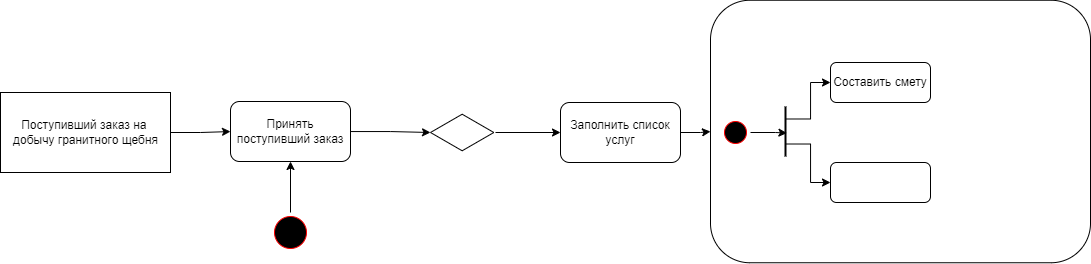
Above: Widow_Deiatelnosti.drawio.png in Awftf/UML (draw.io), before the change. Source tidied: cells renumbered, new cells last; positions are measured from the earlier drawing's top-left corner, leaving out a move shared by most shapes. The source it was exported from:
```xml
<mxGraphModel>
  <root>
    <mxCell id="0" />
    <mxCell id="1" parent="0" />
    <mxCell id="2" style="edgeStyle=orthogonalEdgeStyle;rounded=0;jettySize=auto;html=1;" parent="1" edge="1" source="3" target="7">
      <mxGeometry relative="1" as="geometry" />
    </mxCell>
    <mxCell id="3" style="ellipse;html=1;shape=startState;fillColor=#000000;strokeColor=#ff0000;" parent="1" vertex="1">
      <mxGeometry x="270" y="212" width="40" height="40" as="geometry" />
    </mxCell>
    <mxCell id="4" style="edgeStyle=orthogonalEdgeStyle;rounded=0;jettySize=auto;html=1;" parent="1" edge="1" source="5" target="7">
      <mxGeometry relative="1" as="geometry" />
    </mxCell>
    <mxCell id="5" value="Поступивший заказ на &lt;br&gt;добычу гранитного щебня" style="html=1;" parent="1" vertex="1">
      <mxGeometry y="92" width="170" height="80" as="geometry" />
    </mxCell>
    <mxCell id="6" style="edgeStyle=orthogonalEdgeStyle;rounded=0;jettySize=auto;html=1;" parent="1" edge="1" source="7">
      <mxGeometry relative="1" as="geometry">
        <mxPoint x="430" y="132" as="targetPoint" />
      </mxGeometry>
    </mxCell>
    <mxCell id="7" value="Принять поступивший заказ" style="rounded=1;whiteSpace=wrap;html=1;" parent="1" vertex="1">
      <mxGeometry x="230" y="101" width="120" height="60" as="geometry" />
    </mxCell>
    <mxCell id="8" style="edgeStyle=orthogonalEdgeStyle;rounded=0;jettySize=auto;html=1;" parent="1" edge="1" target="10">
      <mxGeometry relative="1" as="geometry">
        <mxPoint x="495" y="132" as="sourcePoint" />
      </mxGeometry>
    </mxCell>
    <mxCell id="9" style="edgeStyle=orthogonalEdgeStyle;rounded=0;jettySize=auto;html=1;" parent="1" edge="1" source="10" target="11">
      <mxGeometry relative="1" as="geometry" />
    </mxCell>
    <mxCell id="10" value="Заполнить список услуг" style="whiteSpace=wrap;html=1;rounded=1;" parent="1" vertex="1">
      <mxGeometry x="560" y="102" width="120" height="60" as="geometry" />
    </mxCell>
    <mxCell id="11" style="rounded=1;whiteSpace=wrap;html=1;" parent="1" vertex="1">
      <mxGeometry x="710" y="-0.2" width="380" height="262.5" as="geometry" />
    </mxCell>
    <mxCell id="12" style="edgeStyle=orthogonalEdgeStyle;rounded=0;jettySize=auto;html=1;exitX=1;exitY=0.5;exitDx=0;exitDy=0;entryX=0.531;entryY=0.357;entryDx=0;entryDy=0;entryPerimeter=0;" parent="1" edge="1" source="13" target="17">
      <mxGeometry relative="1" as="geometry">
        <Array as="points">
          <mxPoint x="775" y="132" />
        </Array>
      </mxGeometry>
    </mxCell>
    <mxCell id="13" style="ellipse;html=1;shape=startState;fillColor=#000000;strokeColor=#ff0000;" parent="1" vertex="1">
      <mxGeometry x="720" y="117" width="30" height="30" as="geometry" />
    </mxCell>
    <mxCell id="14" style="html=1;whiteSpace=wrap;shape=isoRectangle;" parent="1" vertex="1">
      <mxGeometry x="430" y="113" width="63.3" height="38" as="geometry" />
    </mxCell>
    <mxCell id="15" style="edgeStyle=orthogonalEdgeStyle;rounded=0;jettySize=auto;html=1;exitX=0.25;exitY=0.5;exitDx=0;exitDy=0;exitPerimeter=0;entryX=0;entryY=0.5;entryDx=0;entryDy=0;" parent="1" edge="1" source="17" target="18">
      <mxGeometry relative="1" as="geometry" />
    </mxCell>
    <mxCell id="16" style="edgeStyle=orthogonalEdgeStyle;rounded=0;jettySize=auto;html=1;exitX=0.75;exitY=0.5;exitDx=0;exitDy=0;exitPerimeter=0;entryX=0;entryY=0.5;entryDx=0;entryDy=0;" parent="1" edge="1" source="17" target="19">
      <mxGeometry relative="1" as="geometry" />
    </mxCell>
    <mxCell id="17" style="line;strokeWidth=2;direction=south;html=1;" parent="1" vertex="1">
      <mxGeometry x="780" y="106" width="10" height="50" as="geometry" />
    </mxCell>
    <mxCell id="18" value="Составить смету" style="rounded=1;whiteSpace=wrap;html=1;" parent="1" vertex="1">
      <mxGeometry x="830" y="62" width="100" height="40" as="geometry" />
    </mxCell>
    <mxCell id="19" style="rounded=1;whiteSpace=wrap;html=1;" parent="1" vertex="1">
      <mxGeometry x="830" y="162" width="100" height="40" as="geometry" />
    </mxCell>
  </root>
</mxGraphModel>
```
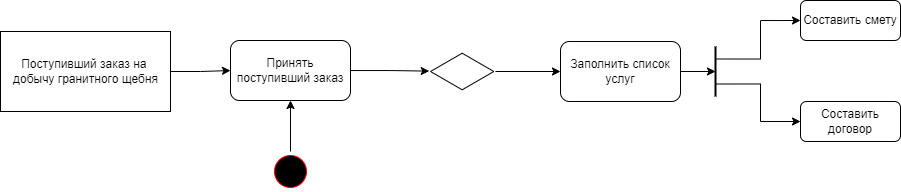
Later version of the same file.

What changed in the source:
```diff
@@ -14,10 +14,8 @@
     <mxCell id="5" value="Поступивший заказ на &lt;br&gt;добычу гранитного щебня" style="html=1;" parent="1" vertex="1">
       <mxGeometry y="92" width="170" height="80" as="geometry" />
     </mxCell>
-    <mxCell id="6" style="edgeStyle=orthogonalEdgeStyle;rounded=0;jettySize=auto;html=1;" parent="1" edge="1" source="7">
-      <mxGeometry relative="1" as="geometry">
-        <mxPoint x="430" y="132" as="targetPoint" />
-      </mxGeometry>
+    <mxCell id="6" style="edgeStyle=orthogonalEdgeStyle;rounded=0;jettySize=auto;html=1;entryX=-0.02;entryY=0.49;entryDx=0;entryDy=0;entryPerimeter=0;" parent="1" edge="1" source="7" target="14">
+      <mxGeometry relative="1" as="geometry" />
     </mxCell>
     <mxCell id="7" value="Принять поступивший заказ" style="rounded=1;whiteSpace=wrap;html=1;" parent="1" vertex="1">
       <mxGeometry x="230" y="101" width="120" height="60" as="geometry" />
@@ -27,25 +25,12 @@
         <mxPoint x="495" y="132" as="sourcePoint" />
       </mxGeometry>
     </mxCell>
-    <mxCell id="9" style="edgeStyle=orthogonalEdgeStyle;rounded=0;jettySize=auto;html=1;" parent="1" edge="1" source="10" target="11">
+    <mxCell id="9" style="edgeStyle=orthogonalEdgeStyle;rounded=0;jettySize=auto;html=1;entryX=0.5;entryY=0.5;entryDx=0;entryDy=0;entryPerimeter=0;" parent="1" edge="1" source="10" target="17">
       <mxGeometry relative="1" as="geometry" />
     </mxCell>
     <mxCell id="10" value="Заполнить список услуг" style="whiteSpace=wrap;html=1;rounded=1;" parent="1" vertex="1">
       <mxGeometry x="560" y="102" width="120" height="60" as="geometry" />
     </mxCell>
-    <mxCell id="11" style="rounded=1;whiteSpace=wrap;html=1;" parent="1" vertex="1">
-      <mxGeometry x="710" y="-0.2" width="380" height="262.5" as="geometry" />
-    </mxCell>
-    <mxCell id="12" style="edgeStyle=orthogonalEdgeStyle;rounded=0;jettySize=auto;html=1;exitX=1;exitY=0.5;exitDx=0;exitDy=0;entryX=0.531;entryY=0.357;entryDx=0;entryDy=0;entryPerimeter=0;" parent="1" edge="1" source="13" target="17">
-      <mxGeometry relative="1" as="geometry">
-        <Array as="points">
-          <mxPoint x="775" y="132" />
-        </Array>
-      </mxGeometry>
-    </mxCell>
-    <mxCell id="13" style="ellipse;html=1;shape=startState;fillColor=#000000;strokeColor=#ff0000;" parent="1" vertex="1">
-      <mxGeometry x="720" y="117" width="30" height="30" as="geometry" />
-    </mxCell>
     <mxCell id="14" style="html=1;whiteSpace=wrap;shape=isoRectangle;" parent="1" vertex="1">
       <mxGeometry x="430" y="113" width="63.3" height="38" as="geometry" />
     </mxCell>
@@ -56,13 +41,13 @@
       <mxGeometry relative="1" as="geometry" />
     </mxCell>
     <mxCell id="17" style="line;strokeWidth=2;direction=south;html=1;" parent="1" vertex="1">
-      <mxGeometry x="780" y="106" width="10" height="50" as="geometry" />
+      <mxGeometry x="710" y="107" width="10" height="50" as="geometry" />
     </mxCell>
     <mxCell id="18" value="Составить смету" style="rounded=1;whiteSpace=wrap;html=1;" parent="1" vertex="1">
-      <mxGeometry x="830" y="62" width="100" height="40" as="geometry" />
+      <mxGeometry x="800" y="61" width="100" height="40" as="geometry" />
     </mxCell>
-    <mxCell id="19" style="rounded=1;whiteSpace=wrap;html=1;" parent="1" vertex="1">
-      <mxGeometry x="830" y="162" width="100" height="40" as="geometry" />
+    <mxCell id="19" value="Составить договор" style="rounded=1;whiteSpace=wrap;html=1;" parent="1" vertex="1">
+      <mxGeometry x="800" y="162" width="100" height="40" as="geometry" />
     </mxCell>
   </root>
 </mxGraphModel>
```
